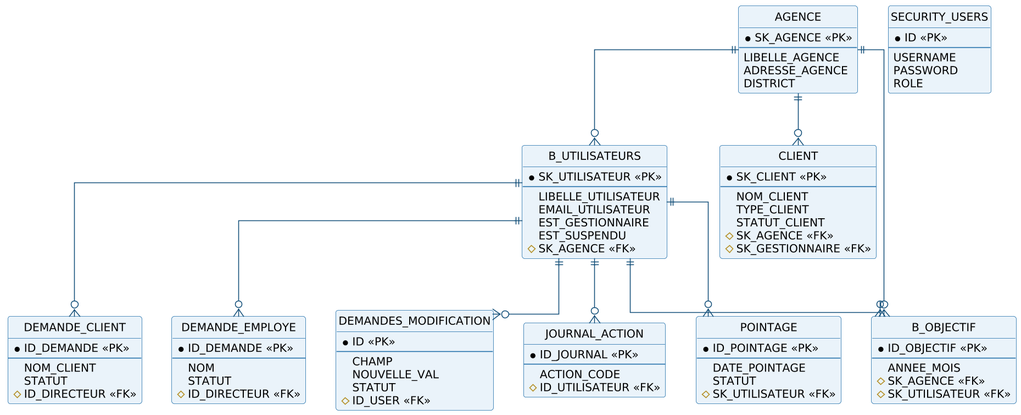
Before: rapport-latex/diagrams/er.png, a diagram exported from PlantUML (ZizouX0/oussema_korbosli). Its diagram source:
```plantuml
@startuml

skinparam dpi 150
skinparam shadowing false
skinparam DefaultFontName Arial
skinparam DefaultFontSize 13
skinparam ArrowColor #14507A
skinparam roundCorner 6

skinparam linetype ortho
skinparam class {
  BackgroundColor #EAF3FA
  BorderColor #1B6CA8
}
hide circle
hide methods
entity "AGENCE" as AGENCE {
  *SK_AGENCE <<PK>>
  --
  LIBELLE_AGENCE
  ADRESSE_AGENCE
  DISTRICT
}
entity "B_UTILISATEURS" as USR {
  *SK_UTILISATEUR <<PK>>
  --
  LIBELLE_UTILISATEUR
  EMAIL_UTILISATEUR
  EST_GESTIONNAIRE
  EST_SUSPENDU
  #SK_AGENCE <<FK>>
}
entity "CLIENT" as CLI {
  *SK_CLIENT <<PK>>
  --
  NOM_CLIENT
  TYPE_CLIENT
  STATUT_CLIENT
  #SK_AGENCE <<FK>>
  #SK_GESTIONNAIRE <<FK>>
}
entity "B_OBJECTIF" as OBJ {
  *ID_OBJECTIF <<PK>>
  --
  ANNEE_MOIS
  #SK_AGENCE <<FK>>
  #SK_UTILISATEUR <<FK>>
}
entity "SECURITY_USERS" as SEC {
  *ID <<PK>>
  --
  USERNAME
  PASSWORD
  ROLE
}
entity "DEMANDE_CLIENT" as DC {
  *ID_DEMANDE <<PK>>
  --
  NOM_CLIENT
  STATUT
  #ID_DIRECTEUR <<FK>>
}
entity "DEMANDE_EMPLOYE" as DE {
  *ID_DEMANDE <<PK>>
  --
  NOM
  STATUT
  #ID_DIRECTEUR <<FK>>
}
entity "DEMANDES_MODIFICATION" as DM {
  *ID <<PK>>
  --
  CHAMP
  NOUVELLE_VAL
  STATUT
  #ID_USER <<FK>>
}
entity "JOURNAL_ACTION" as JA {
  *ID_JOURNAL <<PK>>
  --
  ACTION_CODE
  #ID_UTILISATEUR <<FK>>
}
entity "POINTAGE" as PT {
  *ID_POINTAGE <<PK>>
  --
  DATE_POINTAGE
  STATUT
  #SK_UTILISATEUR <<FK>>
}
AGENCE ||--o{ USR
AGENCE ||--o{ CLI
AGENCE ||--o{ OBJ
USR ||--o{ OBJ
USR ||--o{ DC
USR ||--o{ DE
USR ||--o{ DM
USR ||--o{ JA
USR ||--o{ PT
@enduml
```
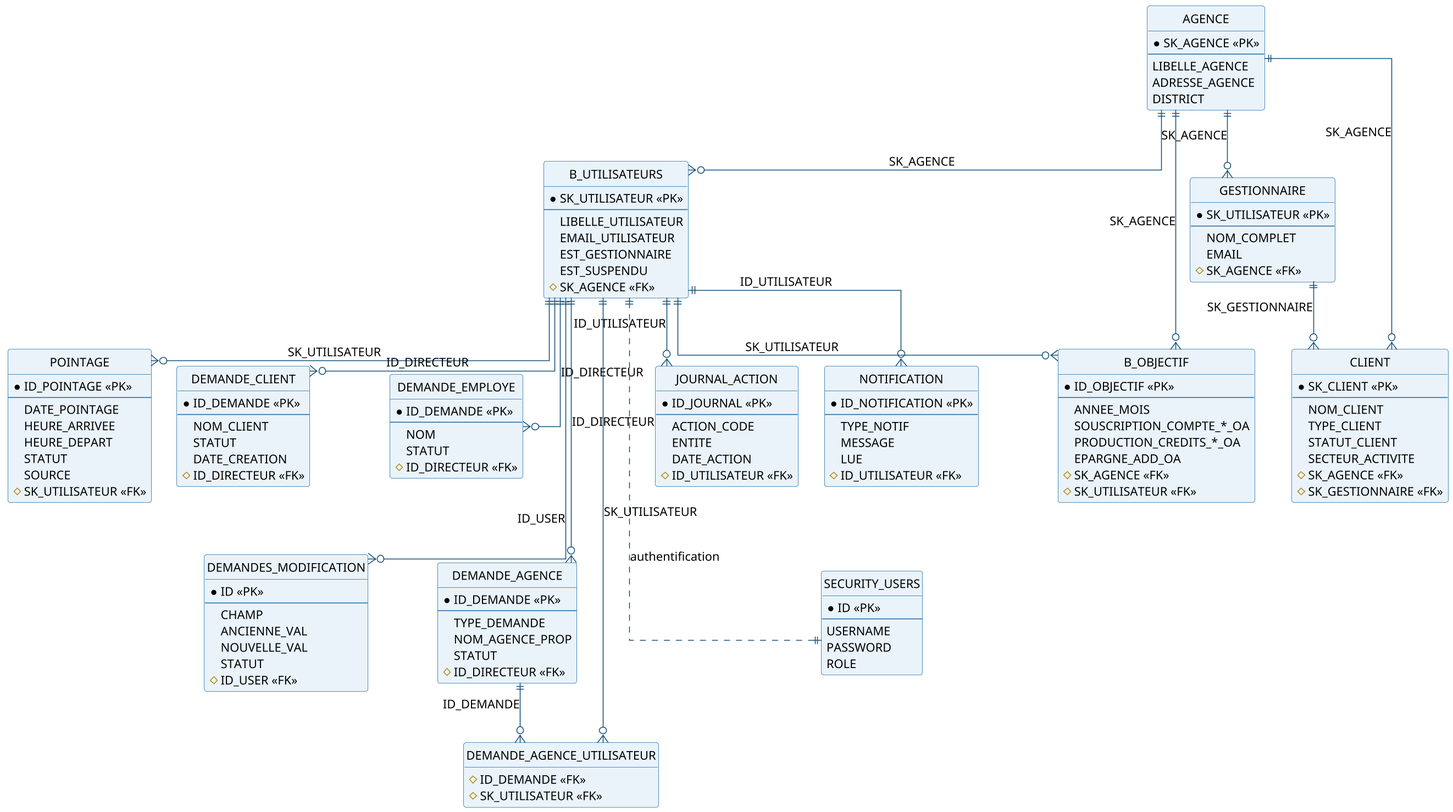
After the change.

Change to the diagram source:
```diff
@@ -3,17 +3,20 @@
 skinparam dpi 150
 skinparam shadowing false
 skinparam DefaultFontName Arial
-skinparam DefaultFontSize 13
+skinparam DefaultFontSize 14
 skinparam ArrowColor #14507A
 skinparam roundCorner 6
 
 skinparam linetype ortho
+skinparam nodesep 30
+skinparam ranksep 60
 skinparam class {
   BackgroundColor #EAF3FA
   BorderColor #1B6CA8
 }
 hide circle
 hide methods
+
 entity "AGENCE" as AGENCE {
   *SK_AGENCE <<PK>>
   --
@@ -30,12 +33,20 @@
   EST_SUSPENDU
   #SK_AGENCE <<FK>>
 }
+entity "GESTIONNAIRE" as GES {
+  *SK_UTILISATEUR <<PK>>
+  --
+  NOM_COMPLET
+  EMAIL
+  #SK_AGENCE <<FK>>
+}
 entity "CLIENT" as CLI {
   *SK_CLIENT <<PK>>
   --
   NOM_CLIENT
   TYPE_CLIENT
   STATUT_CLIENT
+  SECTEUR_ACTIVITE
   #SK_AGENCE <<FK>>
   #SK_GESTIONNAIRE <<FK>>
 }
@@ -43,7 +54,20 @@
   *ID_OBJECTIF <<PK>>
   --
   ANNEE_MOIS
+  SOUSCRIPTION_COMPTE_*_OA
+  PRODUCTION_CREDITS_*_OA
+  EPARGNE_ADD_OA
   #SK_AGENCE <<FK>>
+  #SK_UTILISATEUR <<FK>>
+}
+entity "POINTAGE" as PT {
+  *ID_POINTAGE <<PK>>
+  --
+  DATE_POINTAGE
+  HEURE_ARRIVEE
+  HEURE_DEPART
+  STATUT
+  SOURCE
   #SK_UTILISATEUR <<FK>>
 }
 entity "SECURITY_USERS" as SEC {
@@ -58,6 +82,7 @@
   --
   NOM_CLIENT
   STATUT
+  DATE_CREATION
   #ID_DIRECTEUR <<FK>>
 }
 entity "DEMANDE_EMPLOYE" as DE {
@@ -71,30 +96,59 @@
   *ID <<PK>>
   --
   CHAMP
+  ANCIENNE_VAL
   NOUVELLE_VAL
   STATUT
   #ID_USER <<FK>>
+}
+entity "DEMANDE_AGENCE" as DA {
+  *ID_DEMANDE <<PK>>
+  --
+  TYPE_DEMANDE
+  NOM_AGENCE_PROP
+  STATUT
+  #ID_DIRECTEUR <<FK>>
+}
+entity "DEMANDE_AGENCE_UTILISATEUR" as DAU {
+  #ID_DEMANDE <<FK>>
+  #SK_UTILISATEUR <<FK>>
 }
 entity "JOURNAL_ACTION" as JA {
   *ID_JOURNAL <<PK>>
   --
   ACTION_CODE
+  ENTITE
+  DATE_ACTION
   #ID_UTILISATEUR <<FK>>
 }
-entity "POINTAGE" as PT {
-  *ID_POINTAGE <<PK>>
+entity "NOTIFICATION" as NO {
+  *ID_NOTIFICATION <<PK>>
   --
-  DATE_POINTAGE
-  STATUT
-  #SK_UTILISATEUR <<FK>>
+  TYPE_NOTIF
+  MESSAGE
+  LUE
+  #ID_UTILISATEUR <<FK>>
 }
-AGENCE ||--o{ USR
-AGENCE ||--o{ CLI
-AGENCE ||--o{ OBJ
-USR ||--o{ OBJ
-USR ||--o{ DC
-USR ||--o{ DE
-USR ||--o{ DM
-USR ||--o{ JA
-USR ||--o{ PT
+
+DC -[hidden]down- DM
+DE -[hidden]down- DA
+JA -[hidden]down- SEC
+
+AGENCE ||--o{ USR   : SK_AGENCE
+AGENCE ||--o{ GES   : SK_AGENCE
+AGENCE ||--o{ CLI   : SK_AGENCE
+AGENCE ||--o{ OBJ   : SK_AGENCE
+GES    ||--o{ CLI   : SK_GESTIONNAIRE
+
+USR ||--o{ OBJ : SK_UTILISATEUR
+USR ||--o{ PT  : SK_UTILISATEUR
+USR ||--o{ DC  : ID_DIRECTEUR
+USR ||--o{ DE  : ID_DIRECTEUR
+USR ||--o{ DM  : ID_USER
+USR ||--o{ DA  : ID_DIRECTEUR
+USR ||--o{ JA  : ID_UTILISATEUR
+USR ||--o{ NO  : ID_UTILISATEUR
+USR ||--o{ DAU : SK_UTILISATEUR
+DA  ||--o{ DAU : ID_DEMANDE
+SEC ||..|| USR : authentification
 @enduml
```
